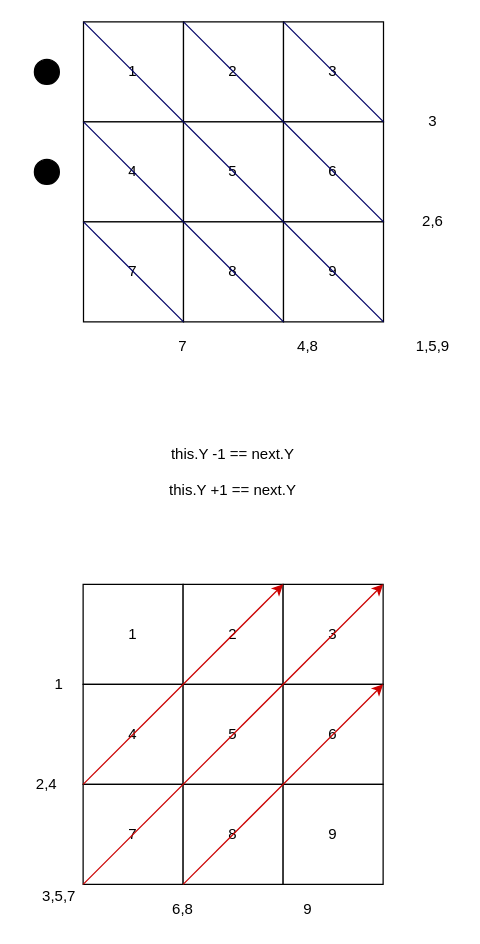
This is page "Page-1" (1 of 5) of 4º problema/diagonais.drawio from Tiago-Matinho/IA, a draw.io file, before an edit. Source tidied: cells renumbered, new cells numbered last; positions are measured from the earlier drawing's top-left corner, leaving out a move shared by most shapes. Both pictures are drawn from the tidied source at 125%, with x=0, y=0 at pixel (21, 21).
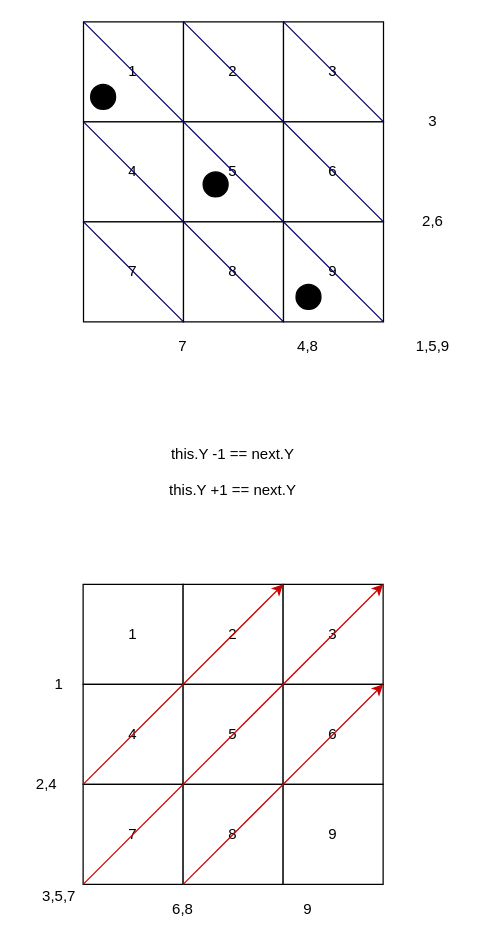
After the change.

Diff of the diagram source:
```diff
@@
     <mxCell id="35" style="ellipse;whiteSpace=wrap;html=1;fillColor=#000000;" parent="1" vertex="1">
-      <mxGeometry x="10" y="30" width="20" height="20" as="geometry" />
+      <mxGeometry x="219.3" y="210" width="20" height="20" as="geometry" />
     </mxCell>
     <mxCell id="36" style="ellipse;whiteSpace=wrap;html=1;fillColor=#000000;" parent="1" vertex="1">
-      <mxGeometry x="10" y="110" width="20" height="20" as="geometry" />
+      <mxGeometry x="145" y="120" width="20" height="20" as="geometry" />
     </mxCell>
@@
+    <mxCell id="41" style="ellipse;whiteSpace=wrap;html=1;fillColor=#000000;" parent="1" vertex="1">
+      <mxGeometry x="55" y="50" width="20" height="20" as="geometry" />
+    </mxCell>
```
